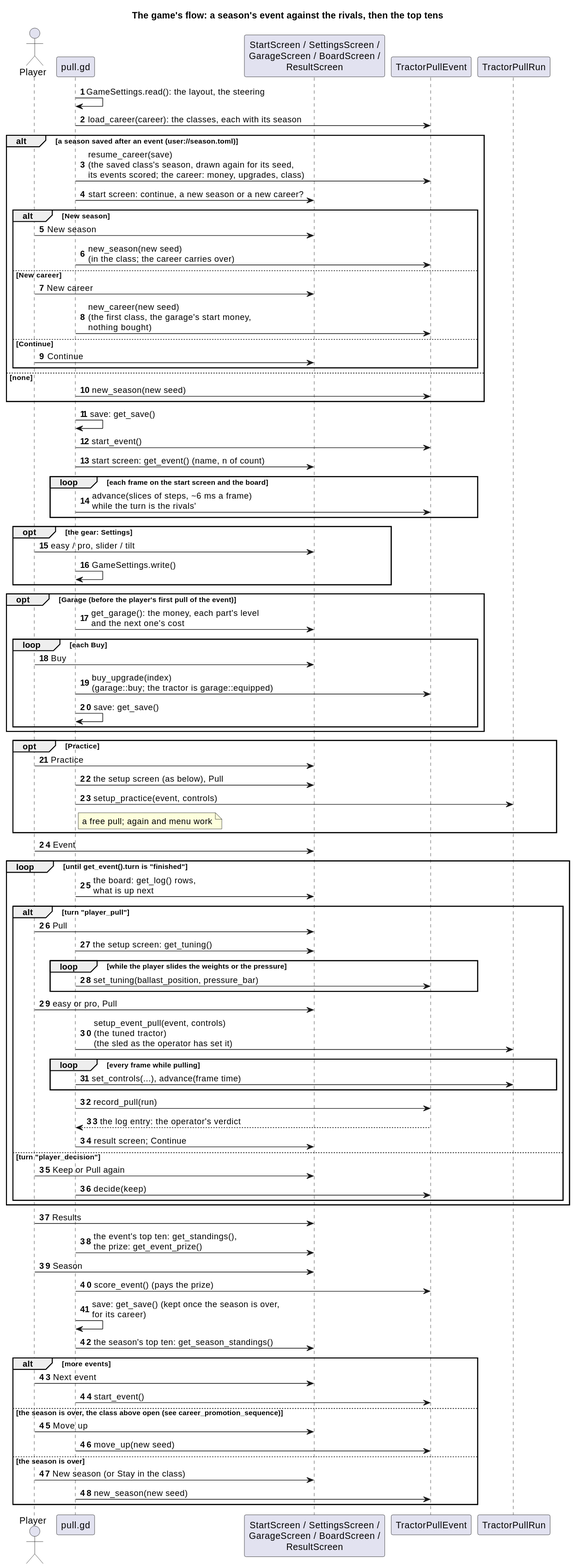
Before: docs/diagrams/svg/godot_run_flow_sequence.svg, a diagram exported from PlantUML (wversteeg/TractorPulling).
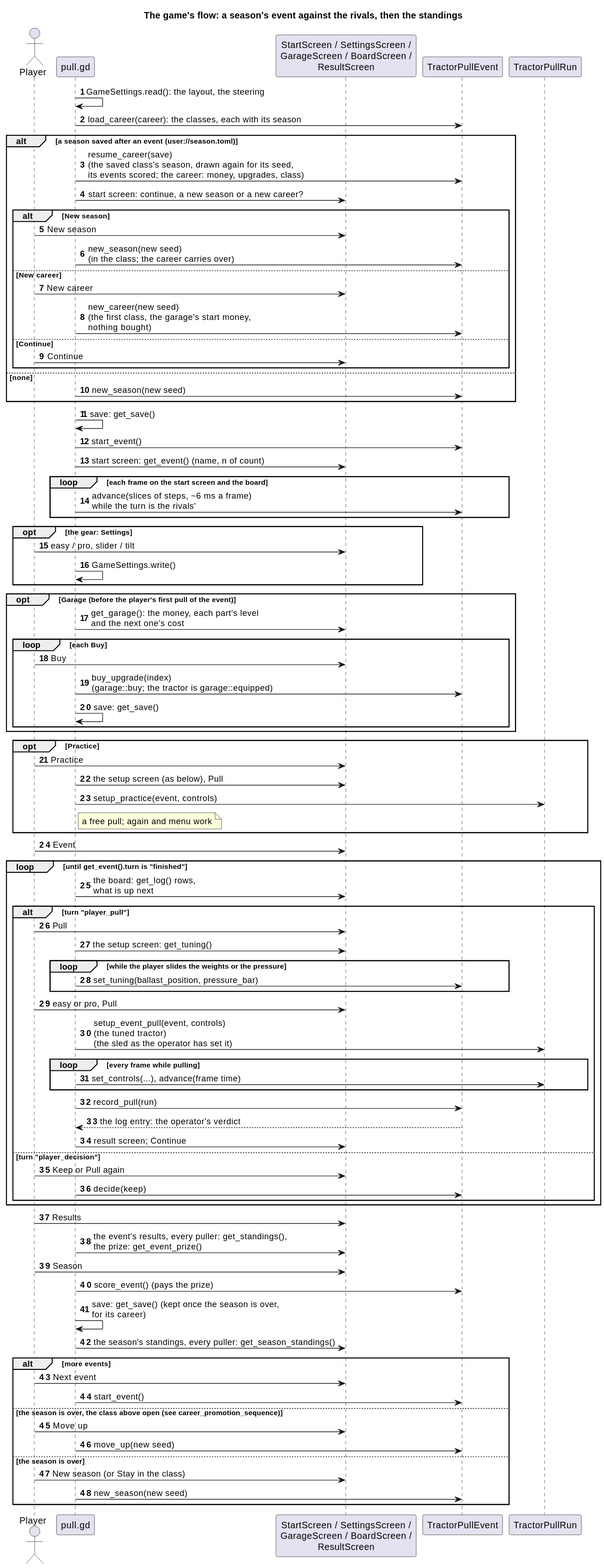
Later version of the same file.

Commit message:
Every puller in the event's results and the season's standings

The edit, as a diff of the source:
```diff
@@ -1,5 +1,5 @@
 @startuml
-title The game's flow: a season's event against the rivals, then the top tens
+title The game's flow: a season's event against the rivals, then the standings
 autonumber
 actor Player
 participant "pull.gd" as Pull
@@ -71,11 +71,11 @@
   end
 end
 Player -> Screens : Results
-Pull -> Screens : the event's top ten: get_standings(),\nthe prize: get_event_prize()
+Pull -> Screens : the event's results, every puller: get_standings(),\nthe prize: get_event_prize()
 Player -> Screens : Season
 Pull -> Event : score_event() (pays the prize)
 Pull -> Pull : save: get_save() (kept once the season is over,\nfor its career)
-Pull -> Screens : the season's top ten: get_season_standings()
+Pull -> Screens : the season's standings, every puller: get_season_standings()
 alt more events
   Player -> Screens : Next event
   Pull -> Event : start_event()
```
